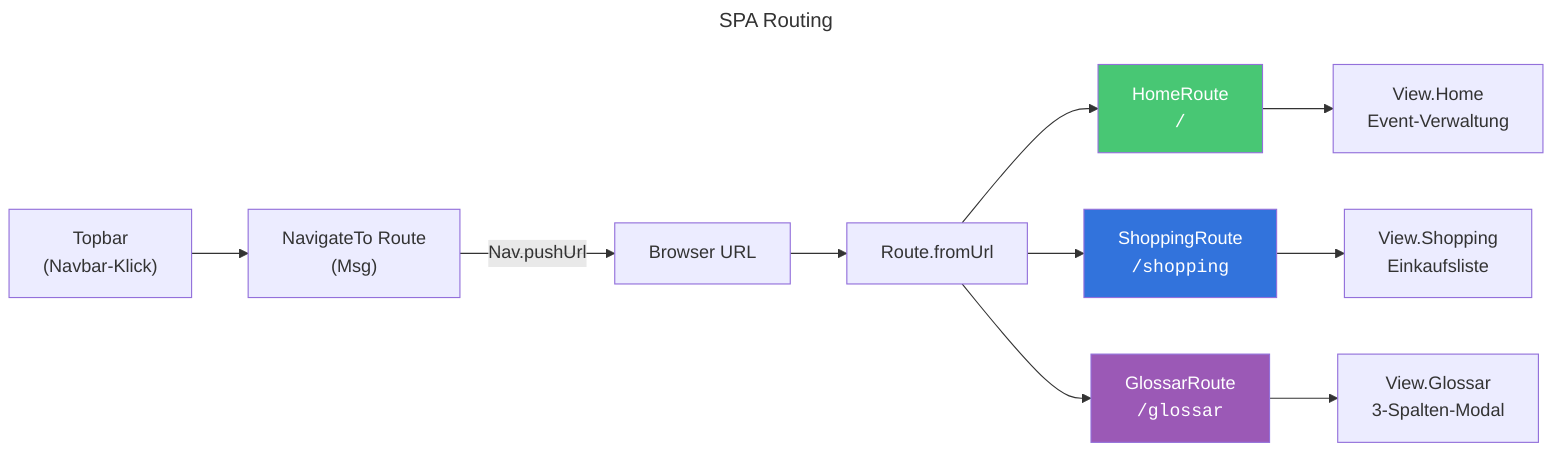
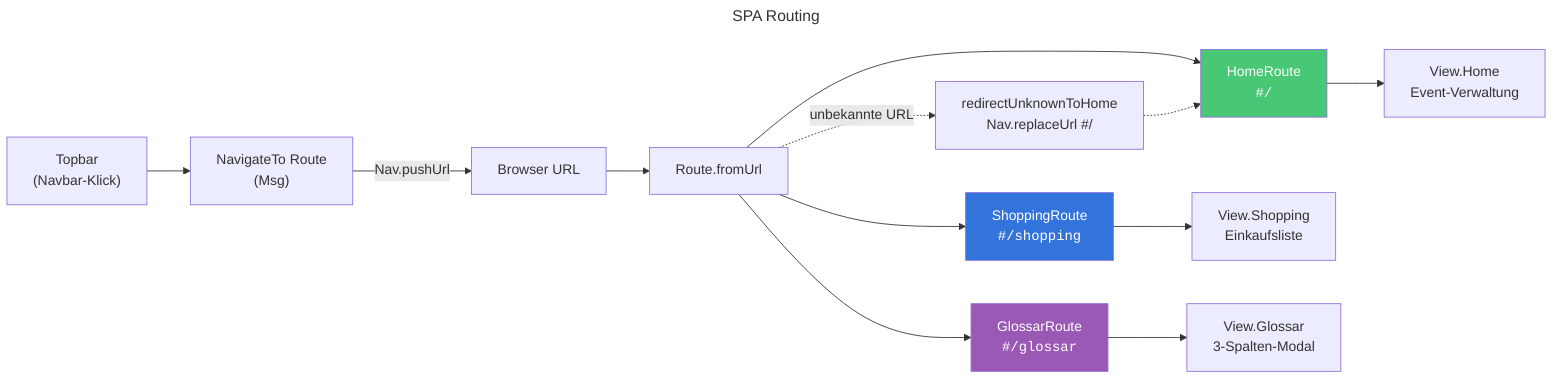
---
title: SPA Routing
---
flowchart LR
    URL["Browser URL"]
    fromUrl["Route.fromUrl"]
    NR["NavigateTo Route<br/>(Msg)"]

    URL --> fromUrl
    NR -->|"Nav.pushUrl"| URL

-     fromUrl --> HR["HomeRoute<br/><code>/</code>"]
-     fromUrl --> SR["ShoppingRoute<br/><code>/shopping</code>"]
-     fromUrl --> GR["GlossarRoute<br/><code>/glossar</code>"]
+     fromUrl --> HR["HomeRoute<br/><code>#/</code>"]
+     fromUrl --> SR["ShoppingRoute<br/><code>#/shopping</code>"]
+     fromUrl --> GR["GlossarRoute<br/><code>#/glossar</code>"]
+     fromUrl -.->|"unbekannte URL"| RD["redirectUnknownToHome<br/>Nav.replaceUrl #/"]
+     RD -.-> HR

    HR --> VH["View.Home<br/>Event-Verwaltung"]
    SR --> VS["View.Shopping<br/>Einkaufsliste"]
    GR --> VG["View.Glossar<br/>3-Spalten-Modal"]

    Navbar["Topbar<br/>(Navbar-Klick)"] --> NR

    style HR fill:#48c774,color:#fff
    style SR fill:#3273dc,color:#fff
    style GR fill:#9b59b6,color:#fff
